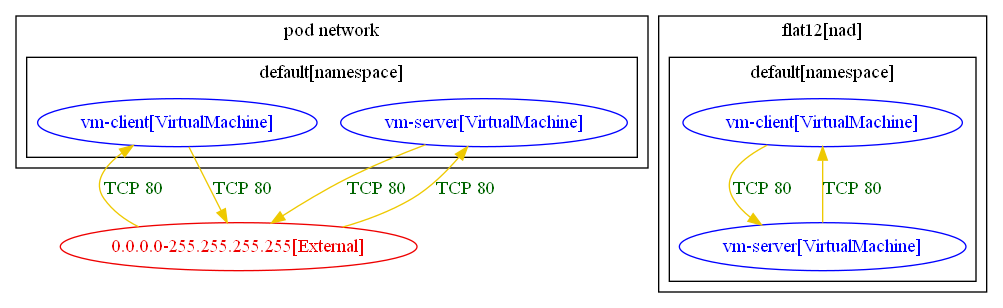
This is test_outputs/connlist/nad_test_2_tcp-80_connlist_output.dot.png from np-guard/netpol-analyzer, a Graphviz export, as it was before one commit. Its source is kept beside it as test_outputs/connlist/nad_test_2_tcp-80_connlist_output.dot.
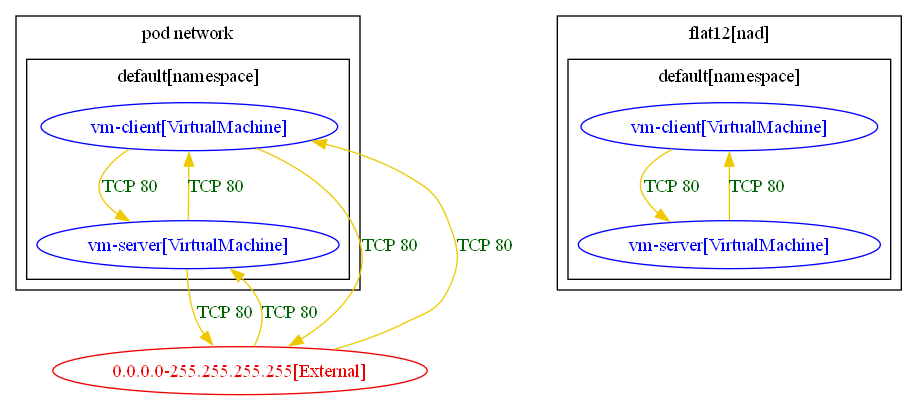
Above is the later version.

Diff of the diagram source:
```diff
@@ -23,7 +23,9 @@
 	"0.0.0.0-255.255.255.255[External]" -> "default/vm-client[VirtualMachine]" [label="TCP 80" color="gold2" fontcolor="darkgreen" weight=0.5]
 	"0.0.0.0-255.255.255.255[External]" -> "default/vm-server[VirtualMachine]" [label="TCP 80" color="gold2" fontcolor="darkgreen" weight=0.5]
 	"default/vm-client[VirtualMachine]" -> "0.0.0.0-255.255.255.255[External]" [label="TCP 80" color="gold2" fontcolor="darkgreen" weight=1]
+	"default/vm-client[VirtualMachine]" -> "default/vm-server[VirtualMachine]" [label="TCP 80" color="gold2" fontcolor="darkgreen" weight=0.5]
 	"default/vm-client[VirtualMachine]flat12" -> "default/vm-server[VirtualMachine]flat12" [label="TCP 80" color="gold2" fontcolor="darkgreen" weight=0.5]
 	"default/vm-server[VirtualMachine]" -> "0.0.0.0-255.255.255.255[External]" [label="TCP 80" color="gold2" fontcolor="darkgreen" weight=1]
+	"default/vm-server[VirtualMachine]" -> "default/vm-client[VirtualMachine]" [label="TCP 80" color="gold2" fontcolor="darkgreen" weight=1]
 	"default/vm-server[VirtualMachine]flat12" -> "default/vm-client[VirtualMachine]flat12" [label="TCP 80" color="gold2" fontcolor="darkgreen" weight=1]
 }
```
